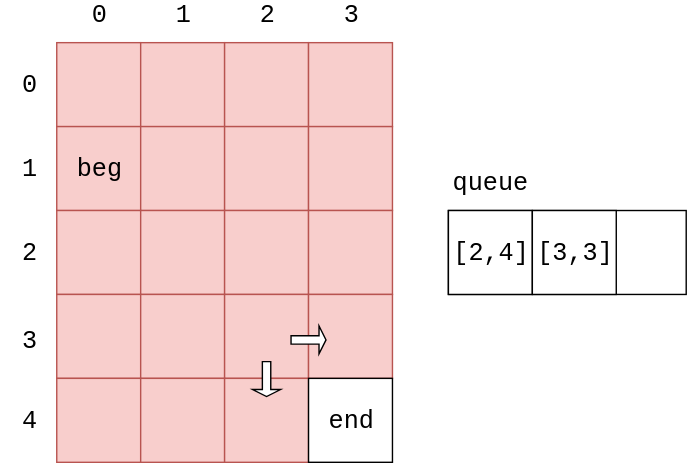
The draw.io diagram docs/Search/res/BreadthFirstSearch18.svg in linrongbin16/way-to-algorithm, before a commit. Source tidied: cells renumbered, new cells last; positions are measured from the earlier drawing's top-left corner, leaving out a move shared by most shapes.
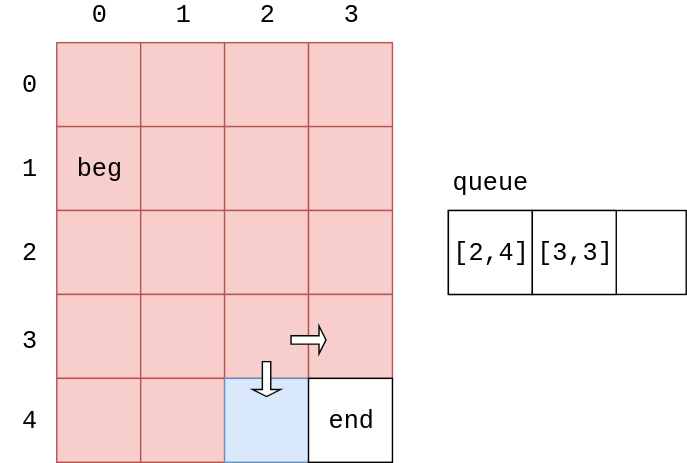
The same file after the commit.

Change to the diagram source:
```diff
@@ -83,7 +83,7 @@
     <mxCell id="28" style="rounded=0;whiteSpace=wrap;html=1;fontFamily=Courier New;fontSize=18;fillColor=#f8cecc;strokeColor=#b85450;" parent="1" vertex="1">
       <mxGeometry x="100" y="270" width="60" height="60" as="geometry" />
     </mxCell>
-    <mxCell id="29" style="rounded=0;whiteSpace=wrap;html=1;fontFamily=Courier New;fontSize=18;fillColor=#f8cecc;strokeColor=#b85450;shadow=0;" parent="1" vertex="1">
+    <mxCell id="29" style="rounded=0;whiteSpace=wrap;html=1;fontFamily=Courier New;fontSize=18;fillColor=#dae8fc;strokeColor=#6c8ebf;shadow=0;" parent="1" vertex="1">
       <mxGeometry x="160" y="270" width="60" height="60" as="geometry" />
     </mxCell>
     <mxCell id="30" value="end" style="rounded=0;whiteSpace=wrap;html=1;fontFamily=Courier New;fontSize=18;fillColor=#ffffff;strokeColor=#000000;" parent="1" vertex="1">
```
